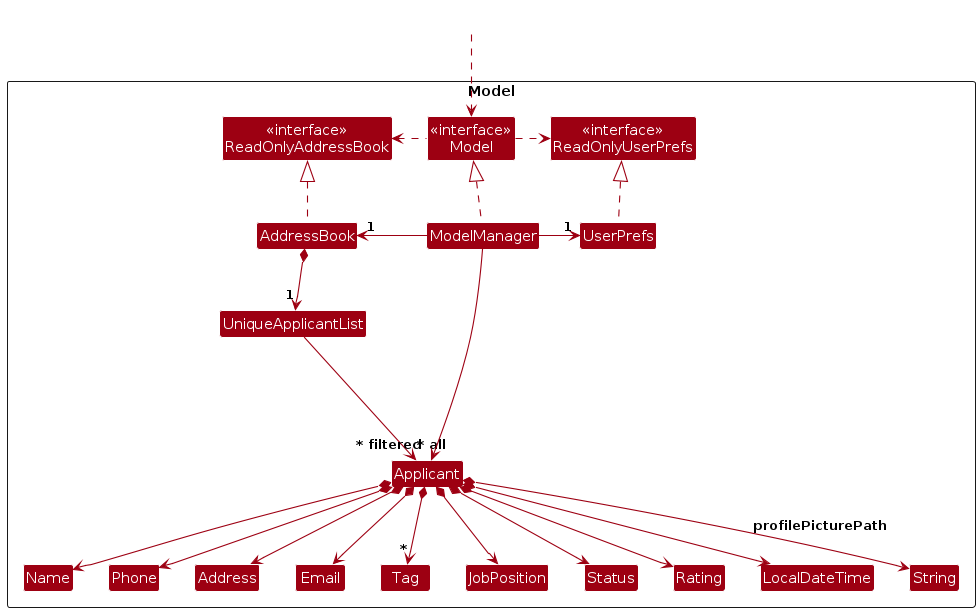
Earlier version of the PlantUML export diagrams/ModelClassDiagram.png (AY2425S2-CS2103T-W09-1/tp). Its source is kept beside it as diagrams/ModelClassDiagram.puml.
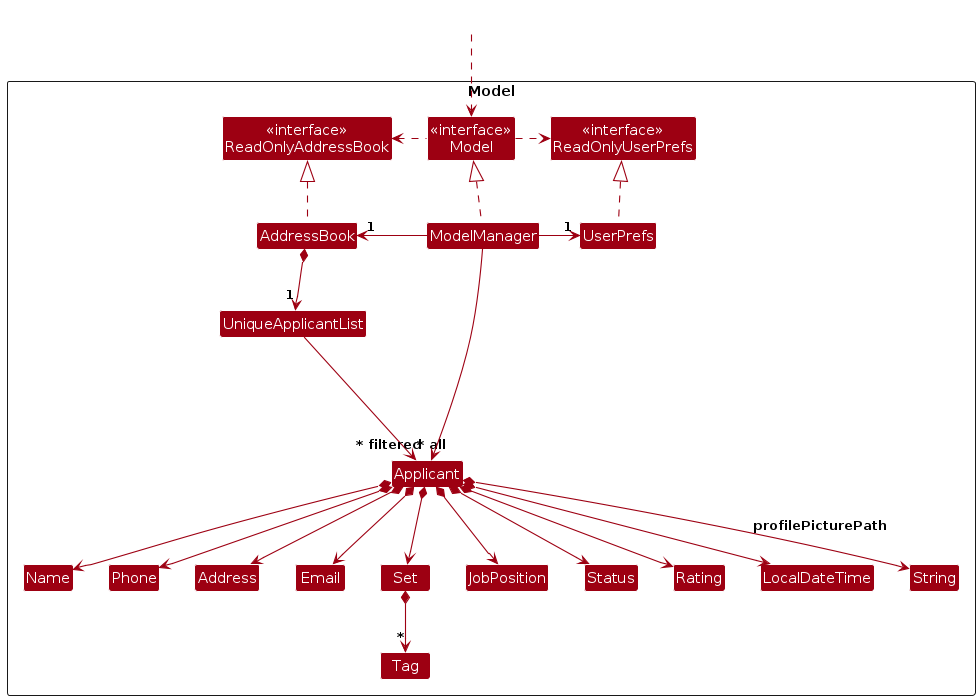
Later version of the same file.

Diff of the diagram source:
```diff
@@ -18,6 +18,7 @@
 Class Email
 Class Name
 Class Phone
+Class Set
 Class Tag
 Class JobPosition
 Class Status
@@ -49,7 +50,8 @@
 Applicant *--> Address
 Applicant *--> Status
 Applicant *--> Rating
-Applicant *--> "*" Tag
+Applicant *--> Set
+Set *--> "*" Tag
 Applicant *--> LocalDateTime
 Applicant *--> String: profilePicturePath
 
```
